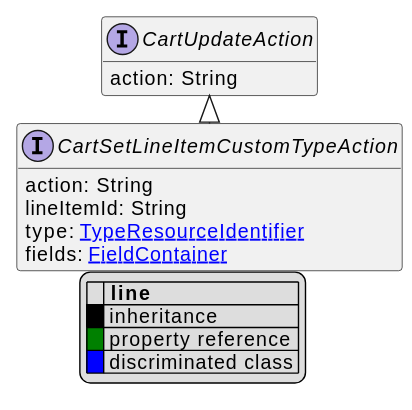
Before: uml/api/svg/CartSetLineItemCustomTypeAction.svg, a diagram exported from PlantUML (commercetools/commercetools-api-reference).
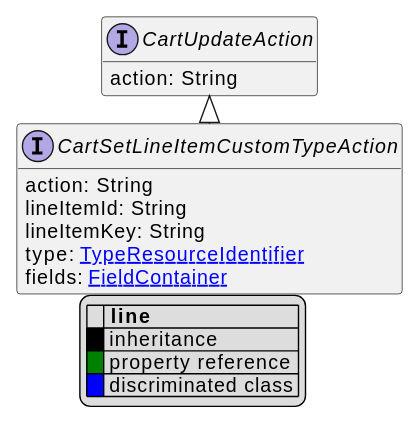
The same file after the commit.

The edit, as a diff of the source:
```diff
@@ -11,6 +11,7 @@
 interface CartSetLineItemCustomTypeAction [[CartSetLineItemCustomTypeAction.svg]] extends CartUpdateAction {
     action: String
     lineItemId: String
+    lineItemKey: String
     type: [[TypeResourceIdentifier.svg TypeResourceIdentifier]]
     fields: [[FieldContainer.svg FieldContainer]]
 }
```
